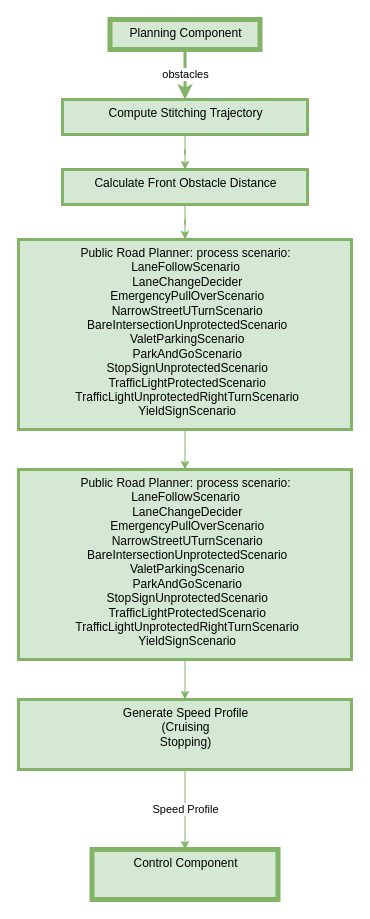
Above: docs/technical_tutorial/Planning.drawio in sofrony/apollo (draw.io), before the change. Source tidied: cells renumbered, new cells numbered last; positions are measured from the earlier drawing's top-left corner, leaving out a move shared by most shapes. Both pictures are drawn from the tidied source at 100%, with x=0, y=0 at pixel (18, 19).
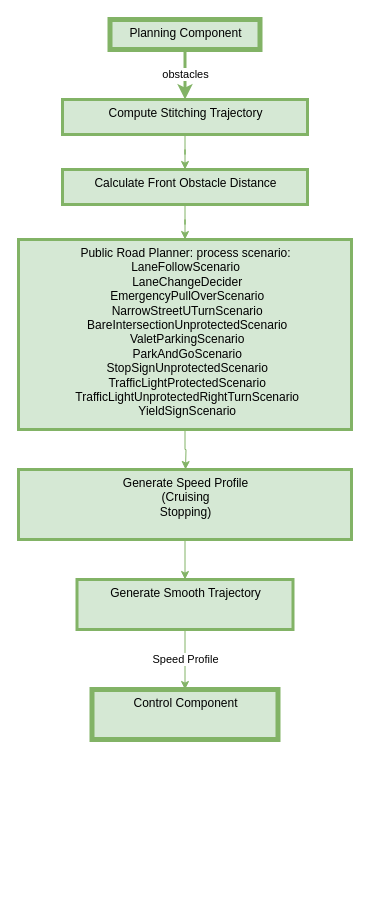
The same diagram, later.

Diff of the diagram source:
```diff
@@
 <mxGraphModel>
   <root>
     <mxCell id="0" />
     <mxCell id="1" parent="0" />
     <mxCell id="2" value="obstacles" style="edgeStyle=orthogonalEdgeStyle;rounded=0;jettySize=auto;html=1;exitX=0.5;exitY=1;exitDx=0;exitDy=0;strokeColor=#82b366;strokeWidth=3;align=center;fillColor=#d5e8d4;" parent="1" edge="1" source="3" target="5">
       <mxGeometry relative="1" as="geometry" />
     </mxCell>
     <mxCell id="3" value="Planning Component" style="text;html=1;strokeColor=#82b366;strokeWidth=5;fillColor=#d5e8d4;align=center;" parent="1" vertex="1">
       <mxGeometry x="91.5" width="150" height="30" as="geometry" />
     </mxCell>
     <mxCell id="4" style="edgeStyle=orthogonalEdgeStyle;rounded=0;jettySize=auto;html=1;fillColor=#d5e8d4;strokeColor=#82b366;" parent="1" edge="1" source="5" target="7">
       <mxGeometry relative="1" as="geometry" />
     </mxCell>
     <mxCell id="5" value="Compute Stitching Trajectory" style="text;html=1;strokeWidth=3;strokeColor=#82b366;fillColor=#d5e8d4;align=center;" parent="1" vertex="1">
       <mxGeometry x="44" y="80" width="245" height="35" as="geometry" />
     </mxCell>
     <mxCell id="6" style="edgeStyle=orthogonalEdgeStyle;rounded=0;jettySize=auto;html=1;fillColor=#d5e8d4;strokeColor=#82b366;" parent="1" edge="1" source="7" target="9">
       <mxGeometry relative="1" as="geometry" />
     </mxCell>
     <mxCell id="7" value="Calculate Front Obstacle Distance" style="text;html=1;strokeWidth=3;strokeColor=#82b366;fillColor=#d5e8d4;align=center;" parent="1" vertex="1">
       <mxGeometry x="44" y="150" width="245" height="35" as="geometry" />
     </mxCell>
-    <mxCell id="8" style="edgeStyle=orthogonalEdgeStyle;rounded=0;jettySize=auto;html=1;fillColor=#d5e8d4;strokeColor=#82b366;" parent="1" edge="1" source="9" target="11">
-      <mxGeometry relative="1" as="geometry" />
+    <mxCell id="8" style="edgeStyle=orthogonalEdgeStyle;rounded=0;jettySize=auto;html=1;fillColor=#d5e8d4;strokeColor=#82b366;" parent="1" edge="1" source="9">
+      <mxGeometry relative="1" as="geometry">
+        <mxPoint x="167" y="450" as="targetPoint" />
+      </mxGeometry>
     </mxCell>
     <mxCell id="9" value="Public Road Planner: process scenario:&lt;br&gt;LaneFollowScenario&lt;br&gt;&amp;nbsp;LaneChangeDecider&lt;br&gt;&amp;nbsp;EmergencyPullOverScenario&lt;br&gt;&amp;nbsp;NarrowStreetUTurnScenario&lt;br&gt;&amp;nbsp;BareIntersectionUnprotectedScenario&lt;br&gt;&amp;nbsp;ValetParkingScenario&lt;br&gt;&amp;nbsp;ParkAndGoScenario&lt;br&gt;&amp;nbsp;StopSignUnprotectedScenario&lt;br&gt;&amp;nbsp;TrafficLightProtectedScenario&lt;br&gt;&amp;nbsp;TrafficLightUnprotectedRightTurnScenario&lt;br&gt;&amp;nbsp;YieldSignScenario" style="text;html=1;strokeWidth=3;strokeColor=#82b366;fillColor=#d5e8d4;align=center;" parent="1" vertex="1">
       <mxGeometry y="220" width="333" height="190" as="geometry" />
     </mxCell>
-    <mxCell id="10" style="edgeStyle=orthogonalEdgeStyle;rounded=0;jettySize=auto;html=1;fillColor=#d5e8d4;strokeColor=#82b366;" parent="1" edge="1" source="11" target="13">
-      <mxGeometry relative="1" as="geometry" />
-    </mxCell>
-    <mxCell id="11" value="Public Road Planner: process scenario:&lt;br&gt;LaneFollowScenario&lt;br&gt;&amp;nbsp;LaneChangeDecider&lt;br&gt;&amp;nbsp;EmergencyPullOverScenario&lt;br&gt;&amp;nbsp;NarrowStreetUTurnScenario&lt;br&gt;&amp;nbsp;BareIntersectionUnprotectedScenario&lt;br&gt;&amp;nbsp;ValetParkingScenario&lt;br&gt;&amp;nbsp;ParkAndGoScenario&lt;br&gt;&amp;nbsp;StopSignUnprotectedScenario&lt;br&gt;&amp;nbsp;TrafficLightProtectedScenario&lt;br&gt;&amp;nbsp;TrafficLightUnprotectedRightTurnScenario&lt;br&gt;&amp;nbsp;YieldSignScenario" style="text;html=1;strokeWidth=3;strokeColor=#82b366;fillColor=#d5e8d4;align=center;" parent="1" vertex="1">
-      <mxGeometry y="450" width="333" height="190" as="geometry" />
-    </mxCell>
+    <mxCell id="15" style="edgeStyle=orthogonalEdgeStyle;rounded=0;jettySize=auto;html=1;fillColor=#d5e8d4;strokeColor=#82b366;" parent="1" edge="1" source="13" target="16">
+      <mxGeometry relative="1" as="geometry" />
+    </mxCell>
+    <mxCell id="13" value="&lt;div&gt;Generate Speed Profile&lt;/div&gt;&lt;div&gt;(Cruising&lt;/div&gt;&lt;div&gt;Stopping)&lt;/div&gt;&lt;div&gt;&lt;br&gt;&lt;/div&gt;" style="text;html=1;strokeWidth=3;strokeColor=#82b366;fillColor=#d5e8d4;align=center;" parent="1" vertex="1">
+      <mxGeometry y="450" width="333" height="70" as="geometry" />
+    </mxCell>
-    <mxCell id="12" value="Speed Profile" style="edgeStyle=orthogonalEdgeStyle;rounded=0;jettySize=auto;html=1;fillColor=#d5e8d4;strokeColor=#82b366;" parent="1" edge="1" source="13" target="14">
+    <mxCell id="12" value="Speed Profile" style="edgeStyle=orthogonalEdgeStyle;rounded=0;jettySize=auto;html=1;entryX=0.5;entryY=0;entryDx=0;entryDy=0;fillColor=#d5e8d4;strokeColor=#82b366;" parent="1" edge="1" source="16" target="14">
       <mxGeometry relative="1" as="geometry" />
     </mxCell>
-    <mxCell id="13" value="&lt;div&gt;Generate Speed Profile&lt;/div&gt;&lt;div&gt;(Cruising&lt;/div&gt;&lt;div&gt;Stopping)&lt;/div&gt;&lt;div&gt;&lt;br&gt;&lt;/div&gt;" style="text;html=1;strokeWidth=3;strokeColor=#82b366;fillColor=#d5e8d4;align=center;" parent="1" vertex="1">
-      <mxGeometry y="680" width="333" height="70" as="geometry" />
-    </mxCell>
+    <mxCell id="16" value="Generate Smooth Trajectory" style="text;html=1;strokeWidth=3;strokeColor=#82b366;fillColor=#d5e8d4;align=center;" parent="1" vertex="1">
+      <mxGeometry x="58.5" y="560" width="216" height="50" as="geometry" />
+    </mxCell>
     <mxCell id="14" value="Control Component" style="text;html=1;strokeWidth=5;strokeColor=#82b366;fillColor=#d5e8d4;align=center;" parent="1" vertex="1">
-      <mxGeometry x="73.5" y="830" width="186" height="50" as="geometry" />
+      <mxGeometry x="73.5" y="670" width="186" height="50" as="geometry" />
     </mxCell>
   </root>
 </mxGraphModel>
```
